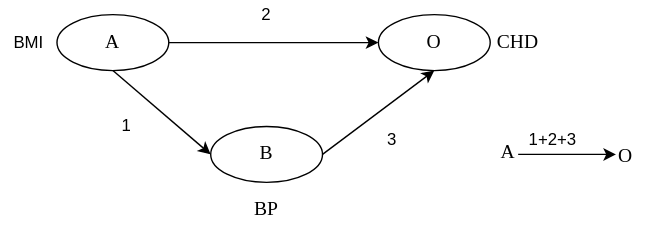
The draw.io diagram docs/source/model_design/risk_factors_mediation_example.svg in ihmeuw/vivarium_research, before a commit. Source tidied: cells renumbered, new cells last; positions are measured from the earlier drawing's top-left corner, leaving out a move shared by most shapes. The source it was exported from:
```xml
<mxGraphModel>
  <root>
    <mxCell id="0" />
    <mxCell id="1" parent="0" />
    <mxCell id="2" style="edgeStyle=orthogonalEdgeStyle;rounded=0;jettySize=auto;html=1;" parent="1" edge="1" source="3" target="4">
      <mxGeometry relative="1" as="geometry" />
    </mxCell>
    <mxCell id="3" value="&lt;font face=&quot;Times New Roman&quot; style=&quot;font-size: 14px&quot;&gt;A&lt;/font&gt;" style="ellipse;whiteSpace=wrap;html=1;" parent="1" vertex="1">
      <mxGeometry x="40" y="10" width="80" height="40" as="geometry" />
    </mxCell>
    <mxCell id="4" value="&lt;font face=&quot;Times New Roman&quot; style=&quot;font-size: 14px&quot;&gt;O&lt;/font&gt;" style="ellipse;whiteSpace=wrap;html=1;" parent="1" vertex="1">
      <mxGeometry x="270" y="10" width="80" height="40" as="geometry" />
    </mxCell>
    <mxCell id="5" value="&lt;font style=&quot;font-size: 14px&quot; face=&quot;Times New Roman&quot;&gt;CHD&lt;/font&gt;" style="text;html=1;strokeColor=none;fillColor=none;align=center;verticalAlign=middle;whiteSpace=wrap;rounded=0;" parent="1" vertex="1">
      <mxGeometry x="350" y="20" width="40" height="20" as="geometry" />
    </mxCell>
    <mxCell id="6" value="&lt;font face=&quot;Times New Roman&quot; style=&quot;font-size: 14px&quot;&gt;B&lt;/font&gt;" style="ellipse;whiteSpace=wrap;html=1;" parent="1" vertex="1">
      <mxGeometry x="150" y="90" width="80" height="40" as="geometry" />
    </mxCell>
    <mxCell id="7" value="&lt;font face=&quot;Times New Roman&quot; style=&quot;font-size: 14px&quot;&gt;BP&lt;/font&gt;" style="text;html=1;strokeColor=none;fillColor=none;align=center;verticalAlign=middle;whiteSpace=wrap;rounded=0;" parent="1" vertex="1">
      <mxGeometry x="170" y="140" width="40" height="20" as="geometry" />
    </mxCell>
    <mxCell id="8" style="endArrow=classic;html=1;exitX=0.5;exitY=1;exitDx=0;exitDy=0;entryX=0;entryY=0.5;entryDx=0;entryDy=0;" parent="1" edge="1" source="3" target="6">
      <mxGeometry relative="1" as="geometry" />
    </mxCell>
    <mxCell id="9" style="endArrow=classic;html=1;exitX=1;exitY=0.5;exitDx=0;exitDy=0;entryX=0.5;entryY=1;entryDx=0;entryDy=0;" parent="1" edge="1" source="6" target="4">
      <mxGeometry relative="1" as="geometry" />
    </mxCell>
    <mxCell id="10" value="BMI" style="text;html=1;strokeColor=none;fillColor=none;align=center;verticalAlign=middle;whiteSpace=wrap;rounded=0;" parent="1" vertex="1">
      <mxGeometry y="20" width="40" height="20" as="geometry" />
    </mxCell>
    <mxCell id="11" value="2" style="text;html=1;strokeColor=none;fillColor=none;align=center;verticalAlign=middle;whiteSpace=wrap;rounded=0;" parent="1" vertex="1">
      <mxGeometry x="170" width="40" height="20" as="geometry" />
    </mxCell>
    <mxCell id="12" value="1" style="text;html=1;strokeColor=none;fillColor=none;align=center;verticalAlign=middle;whiteSpace=wrap;rounded=0;" parent="1" vertex="1">
      <mxGeometry x="70" y="80" width="40" height="20" as="geometry" />
    </mxCell>
    <mxCell id="13" value="3" style="text;html=1;strokeColor=none;fillColor=none;align=center;verticalAlign=middle;whiteSpace=wrap;rounded=0;" parent="1" vertex="1">
      <mxGeometry x="260" y="90" width="40" height="20" as="geometry" />
    </mxCell>
    <mxCell id="14" value="&lt;font style=&quot;font-size: 14px&quot; face=&quot;Times New Roman&quot;&gt;A&lt;/font&gt;" style="text;html=1;strokeColor=none;fillColor=none;align=center;verticalAlign=middle;whiteSpace=wrap;rounded=0;" parent="1" vertex="1">
      <mxGeometry x="343" y="99" width="40" height="20" as="geometry" />
    </mxCell>
    <mxCell id="15" style="endArrow=classic;html=1;" parent="1" edge="1">
      <mxGeometry relative="1" as="geometry">
        <mxPoint x="370" y="110" as="sourcePoint" />
        <mxPoint x="440" y="110" as="targetPoint" />
        <Array as="points">
          <mxPoint x="420" y="110" />
        </Array>
      </mxGeometry>
    </mxCell>
    <mxCell id="16" value="&lt;font style=&quot;font-size: 14px&quot; face=&quot;Times New Roman&quot;&gt;O&lt;/font&gt;" style="text;html=1;" parent="1" vertex="1">
      <mxGeometry x="440" y="97" width="30" height="30" as="geometry" />
    </mxCell>
    <mxCell id="17" value="1+2+3" style="text;html=1;strokeColor=none;fillColor=none;align=center;verticalAlign=middle;whiteSpace=wrap;rounded=0;" parent="1" vertex="1">
      <mxGeometry x="360" y="90" width="70" height="20" as="geometry" />
    </mxCell>
  </root>
</mxGraphModel>
```
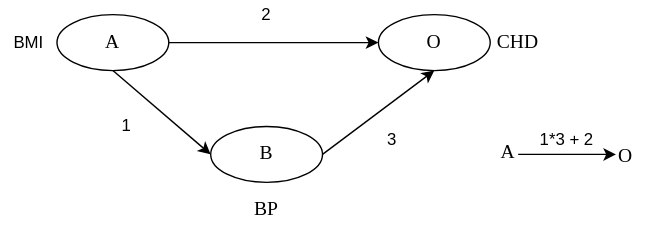
Above is the later version.

Commit message:
add indirect/direct efftects and update plot

What changed in the source:
```diff
@@ -53,8 +53,8 @@
     <mxCell id="16" value="&lt;font style=&quot;font-size: 14px&quot; face=&quot;Times New Roman&quot;&gt;O&lt;/font&gt;" style="text;html=1;" parent="1" vertex="1">
       <mxGeometry x="440" y="97" width="30" height="30" as="geometry" />
     </mxCell>
-    <mxCell id="17" value="1+2+3" style="text;html=1;strokeColor=none;fillColor=none;align=center;verticalAlign=middle;whiteSpace=wrap;rounded=0;" parent="1" vertex="1">
-      <mxGeometry x="360" y="90" width="70" height="20" as="geometry" />
+    <mxCell id="17" value="1*3 + 2" style="text;html=1;strokeColor=none;fillColor=none;align=center;verticalAlign=middle;whiteSpace=wrap;rounded=0;" parent="1" vertex="1">
+      <mxGeometry x="370" y="90" width="70" height="20" as="geometry" />
     </mxCell>
   </root>
 </mxGraphModel>
```
